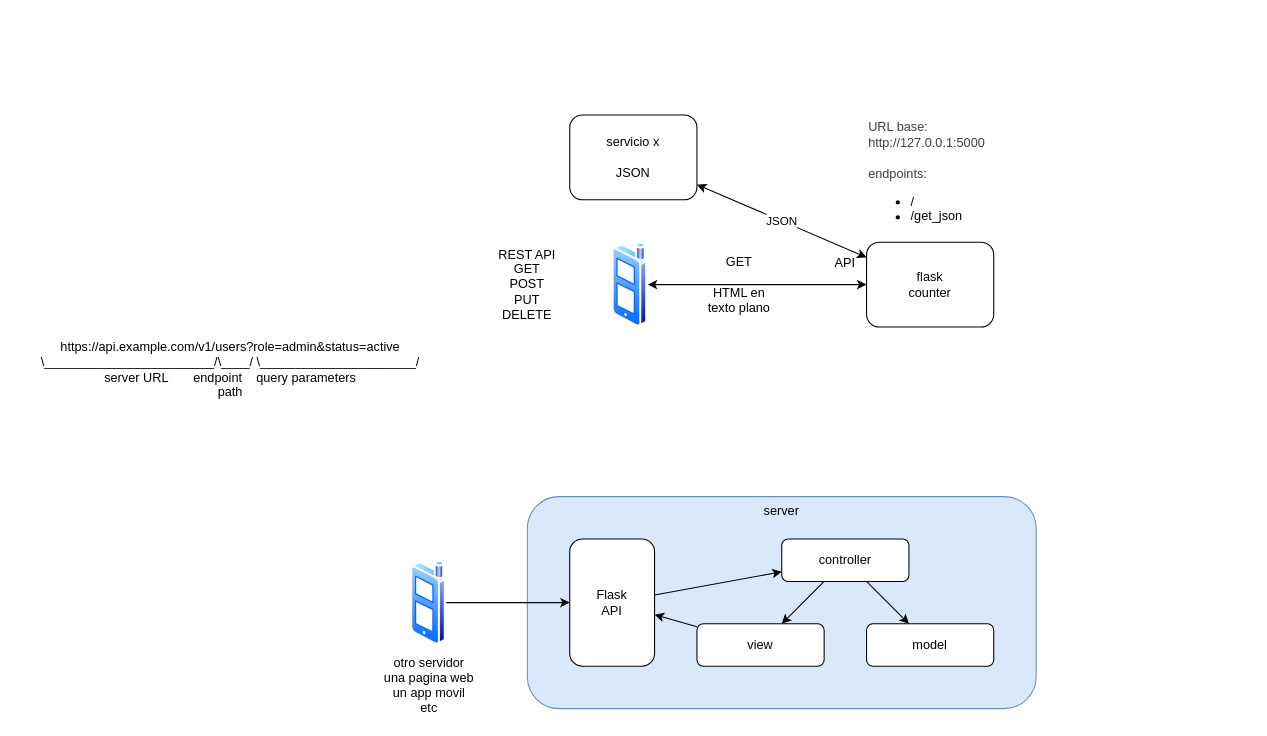
Earlier version of the draw.io diagram diagram.dio (josueelias9/cibertec-clase). Source tidied: cells renumbered, new cells numbered last; positions are measured from the earlier drawing's top-left corner, leaving out a move shared by most shapes. Both pictures are drawn from the tidied source at 106%, with x=0, y=0 at pixel (18, 114).
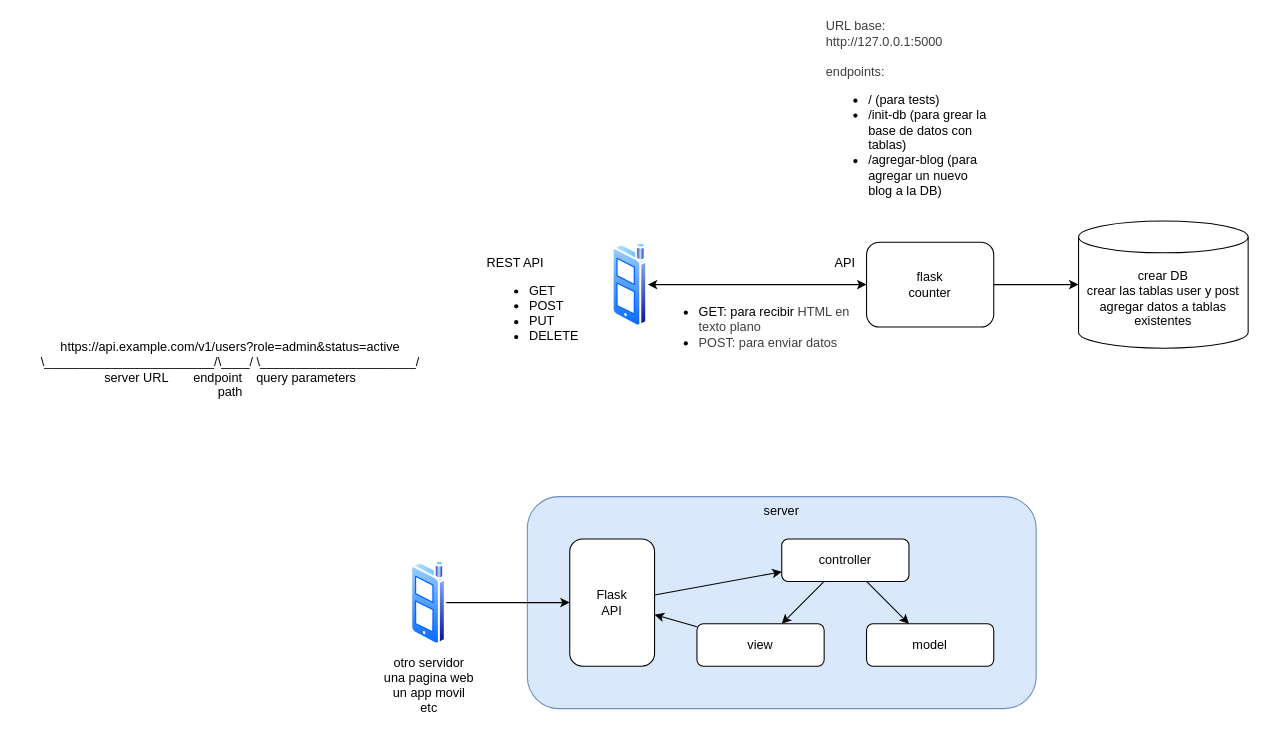
Above is the later version.

Commit message (it also covers changes not shown here):
feat: agregar archivos necesarios para la creacion de la base de datos

The change refers to these unchanged cells:
```xml
<mxCell id="3" value="flask&lt;div&gt;counter&lt;/div&gt;" style="rounded=1;whiteSpace=wrap;html=1;" parent="1" vertex="1">
  <mxGeometry x="800" y="120" width="120" height="80" as="geometry" />
</mxCell>
```

The edit, as a diff of the source:
```diff
@@
+    <mxCell id="23" style="edgeStyle=none;html=1;" parent="1" edge="1" source="3" target="24">
+      <mxGeometry relative="1" as="geometry" />
+    </mxCell>
@@
-    <mxCell id="6" value="GET&lt;div&gt;&lt;br&gt;&lt;/div&gt;&lt;div&gt;HTML en texto plano&lt;/div&gt;" style="text;html=1;align=center;verticalAlign=middle;whiteSpace=wrap;rounded=0;" parent="1" vertex="1">
-      <mxGeometry x="640" y="120" width="80" height="80" as="geometry" />
+    <mxCell id="6" value="&lt;ul&gt;&lt;li&gt;GET: para recibir&amp;nbsp;&lt;span style=&quot;background-color: transparent; color: rgb(63, 63, 63);&quot;&gt;HTML en texto plano&lt;/span&gt;&lt;/li&gt;&lt;li&gt;&lt;span style=&quot;background-color: transparent; color: rgb(63, 63, 63);&quot;&gt;POST: para enviar datos&lt;/span&gt;&lt;/li&gt;&lt;/ul&gt;" style="text;html=1;align=left;verticalAlign=middle;whiteSpace=wrap;rounded=0;" parent="1" vertex="1">
+      <mxGeometry x="600" y="160" width="200" height="80" as="geometry" />
     </mxCell>
@@
-    <mxCell id="16" value="JSON" style="edgeStyle=none;html=1;startArrow=classic;startFill=1;" parent="1" edge="1" source="17" target="3">
-      <mxGeometry relative="1" as="geometry" />
-    </mxCell>
-    <mxCell id="17" value="servicio x&lt;div&gt;&lt;br&gt;&lt;/div&gt;&lt;div&gt;JSON&lt;/div&gt;" style="rounded=1;whiteSpace=wrap;html=1;" parent="1" vertex="1">
-      <mxGeometry x="520" width="120" height="80" as="geometry" />
-    </mxCell>
-    <mxCell id="18" value="&lt;div&gt;&lt;span style=&quot;color: rgb(63, 63, 63); background-color: transparent;&quot;&gt;URL base:&lt;/span&gt;&lt;/div&gt;&lt;div&gt;&lt;span style=&quot;background-color: transparent; color: rgb(63, 63, 63);&quot;&gt;http://127.0.0.1:5000&lt;/span&gt;&lt;/div&gt;&lt;div&gt;&lt;span style=&quot;background-color: transparent; color: rgb(63, 63, 63);&quot;&gt;&lt;br&gt;&lt;/span&gt;&lt;/div&gt;&lt;span style=&quot;color: rgb(63, 63, 63); background-color: transparent;&quot;&gt;endpoints:&lt;/span&gt;&lt;br&gt;&lt;ul&gt;&lt;li&gt;/&lt;/li&gt;&lt;li&gt;/get_json&lt;br&gt;&lt;/li&gt;&lt;/ul&gt;" style="text;html=1;align=left;verticalAlign=middle;whiteSpace=wrap;rounded=0;" parent="1" vertex="1">
-      <mxGeometry x="800" width="150" height="120" as="geometry" />
+    <mxCell id="18" value="&lt;div&gt;&lt;span style=&quot;color: rgb(63, 63, 63); background-color: transparent;&quot;&gt;URL base:&lt;/span&gt;&lt;/div&gt;&lt;div&gt;&lt;span style=&quot;background-color: transparent; color: rgb(63, 63, 63);&quot;&gt;http://127.0.0.1:5000&lt;/span&gt;&lt;/div&gt;&lt;div&gt;&lt;span style=&quot;background-color: transparent; color: rgb(63, 63, 63);&quot;&gt;&lt;br&gt;&lt;/span&gt;&lt;/div&gt;&lt;span style=&quot;color: rgb(63, 63, 63); background-color: transparent;&quot;&gt;endpoints:&lt;/span&gt;&lt;br&gt;&lt;ul&gt;&lt;li&gt;/ (para tests)&lt;/li&gt;&lt;li&gt;/init-db (para grear la base de datos con tablas)&lt;br&gt;&lt;/li&gt;&lt;li&gt;/agregar-blog (para agregar un nuevo blog a la DB)&lt;/li&gt;&lt;/ul&gt;" style="text;html=1;align=left;verticalAlign=middle;whiteSpace=wrap;rounded=0;" parent="1" vertex="1">
+      <mxGeometry x="760" y="-80" width="160" height="160" as="geometry" />
     </mxCell>
-    <mxCell id="19" value="REST API&lt;div&gt;GET&lt;/div&gt;&lt;div&gt;POST&lt;/div&gt;&lt;div&gt;PUT&lt;/div&gt;&lt;div&gt;DELETE&lt;/div&gt;" style="text;html=1;align=center;verticalAlign=middle;whiteSpace=wrap;rounded=0;" parent="1" vertex="1">
-      <mxGeometry x="440" y="120" width="80" height="80" as="geometry" />
+    <mxCell id="19" value="REST API&lt;div&gt;&lt;ul&gt;&lt;li&gt;GET&lt;/li&gt;&lt;li&gt;POST&lt;/li&gt;&lt;li&gt;PUT&lt;/li&gt;&lt;li&gt;DELETE&lt;/li&gt;&lt;/ul&gt;&lt;/div&gt;" style="text;html=1;align=left;verticalAlign=middle;whiteSpace=wrap;rounded=0;" parent="1" vertex="1">
+      <mxGeometry x="440" y="120" width="120" height="120" as="geometry" />
     </mxCell>
@@
+    <mxCell id="24" value="crear DB&lt;div&gt;crear las tablas user y post&lt;/div&gt;&lt;div&gt;agregar datos a tablas existentes&lt;/div&gt;" style="shape=cylinder3;whiteSpace=wrap;html=1;boundedLbl=1;backgroundOutline=1;size=15;" parent="1" vertex="1">
+      <mxGeometry x="1000" y="100" width="160" height="120" as="geometry" />
+    </mxCell>
```
